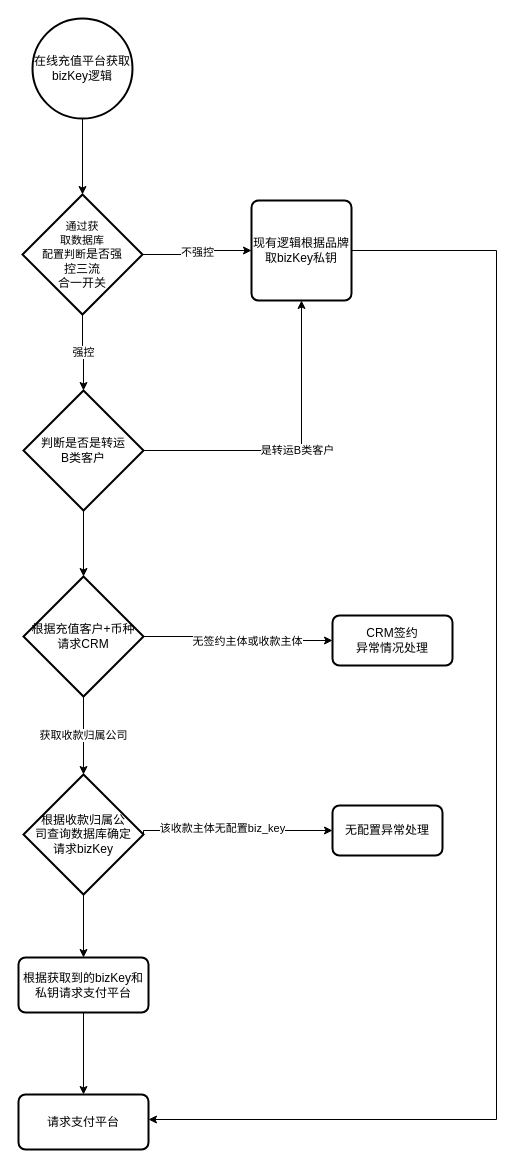
The draw.io diagram Untitled Diagram.drawio in juanjuan-dev/diagrams, before the edit. Source tidied: cells renumbered, new cells numbered last; positions are measured from the earlier drawing's top-left corner, leaving out a move shared by most shapes. Both pictures are drawn from the tidied source at 100%, with x=0, y=0 at pixel (18, 18).
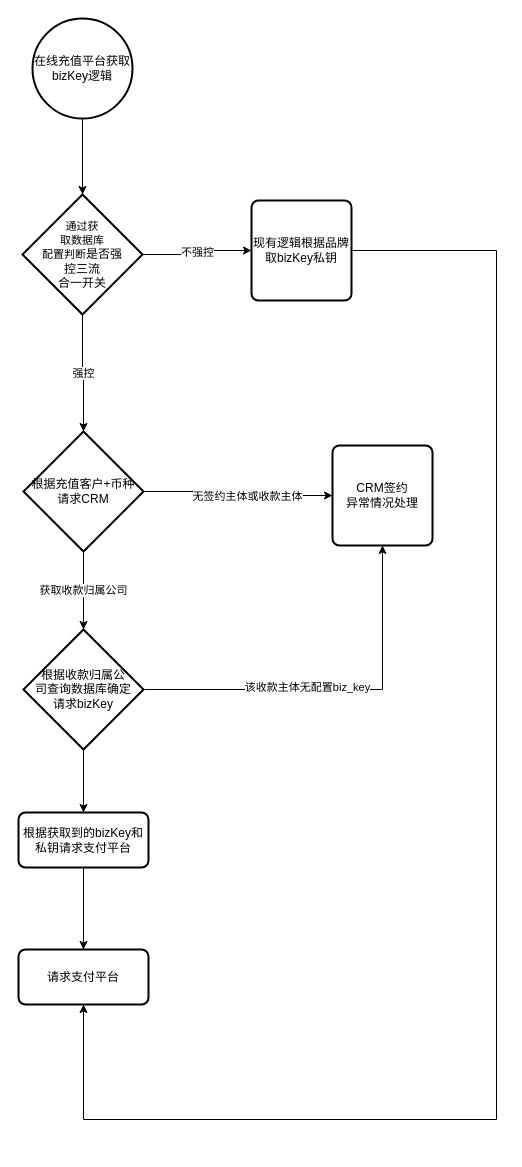
The same diagram, later.

Unchanged cells that the change refers to:
```xml
<mxCell id="5" value="&lt;span style=&quot;font-size: 11px&quot;&gt;通过获&lt;br&gt;取数据库&lt;br&gt;配置判断&lt;/span&gt;是否强&lt;br&gt;控三流&lt;br&gt;合一开关" style="strokeWidth=2;html=1;shape=mxgraph.flowchart.decision;whiteSpace=wrap;" parent="1" vertex="1">
  <mxGeometry x="4" y="176" width="120" height="120" as="geometry" />
</mxCell>
<mxCell id="7" value="现有逻辑根据品牌&lt;br&gt;取bizKey私钥" style="rounded=1;whiteSpace=wrap;html=1;absoluteArcSize=1;arcSize=14;strokeWidth=2;" parent="1" vertex="1">
  <mxGeometry x="233" y="182" width="100" height="100" as="geometry" />
</mxCell>
```

Diff of the diagram source:
```diff
@@
-    <mxCell id="3" value="强控" style="edgeStyle=orthogonalEdgeStyle;rounded=0;jettySize=auto;html=1;exitX=0.5;exitY=1;exitDx=0;exitDy=0;exitPerimeter=0;" parent="1" edge="1" source="5" target="10">
+    <mxCell id="3" value="强控" style="edgeStyle=orthogonalEdgeStyle;rounded=0;jettySize=auto;html=1;exitX=0.5;exitY=1;exitDx=0;exitDy=0;exitPerimeter=0;entryX=0.5;entryY=0;entryDx=0;entryDy=0;entryPerimeter=0;" parent="1" edge="1" source="5" target="14">
       <mxGeometry relative="1" as="geometry" />
     </mxCell>
@@
-    <mxCell id="8" style="edgeStyle=orthogonalEdgeStyle;rounded=0;jettySize=auto;html=1;exitX=0.5;exitY=1;exitDx=0;exitDy=0;exitPerimeter=0;entryX=0.5;entryY=0;entryDx=0;entryDy=0;entryPerimeter=0;" parent="1" edge="1" source="10" target="14">
-      <mxGeometry relative="1" as="geometry" />
-    </mxCell>
-    <mxCell id="9" value="是转运B类客户" style="edgeStyle=orthogonalEdgeStyle;rounded=0;jettySize=auto;html=1;exitX=1;exitY=0.5;exitDx=0;exitDy=0;exitPerimeter=0;" parent="1" edge="1" source="10" target="7">
-      <mxGeometry relative="1" as="geometry" />
-    </mxCell>
-    <mxCell id="10" value="判断是否是转运&lt;br&gt;B类客户" style="strokeWidth=2;html=1;shape=mxgraph.flowchart.decision;whiteSpace=wrap;" parent="1" vertex="1">
-      <mxGeometry x="5" y="372" width="120" height="120" as="geometry" />
-    </mxCell>
@@
     <mxCell id="14" value="根据充值客户+币种&lt;br&gt;请求CRM" style="strokeWidth=2;html=1;shape=mxgraph.flowchart.decision;whiteSpace=wrap;" parent="1" vertex="1">
-      <mxGeometry x="5" y="558" width="120" height="120" as="geometry" />
+      <mxGeometry x="5" y="413" width="120" height="120" as="geometry" />
     </mxCell>
     <mxCell id="15" value="CRM签约&lt;br&gt;异常情况处理" style="rounded=1;whiteSpace=wrap;html=1;absoluteArcSize=1;arcSize=14;strokeWidth=2;" parent="1" vertex="1">
-      <mxGeometry x="314" y="597" width="120" height="50" as="geometry" />
+      <mxGeometry x="314" y="427" width="100" height="100" as="geometry" />
     </mxCell>
-    <mxCell id="16" style="edgeStyle=orthogonalEdgeStyle;rounded=0;jettySize=auto;html=1;exitX=1;exitY=0.5;exitDx=0;exitDy=0;exitPerimeter=0;" parent="1" edge="1" source="19">
-      <mxGeometry relative="1" as="geometry">
-        <mxPoint x="314" y="812" as="targetPoint" />
-        <Array as="points">
-          <mxPoint x="224" y="812" />
-          <mxPoint x="224" y="812" />
-        </Array>
-      </mxGeometry>
+    <mxCell id="16" style="edgeStyle=orthogonalEdgeStyle;rounded=0;jettySize=auto;html=1;exitX=1;exitY=0.5;exitDx=0;exitDy=0;exitPerimeter=0;" parent="1" edge="1" source="19" target="15">
+      <mxGeometry relative="1" as="geometry" />
     </mxCell>
@@
     <mxCell id="19" value="根据收款归属公&lt;br&gt;司查询数据库确定&lt;br&gt;请求bizKey" style="strokeWidth=2;html=1;shape=mxgraph.flowchart.decision;whiteSpace=wrap;" parent="1" vertex="1">
-      <mxGeometry x="5" y="756" width="120" height="120" as="geometry" />
+      <mxGeometry x="5" y="611" width="120" height="120" as="geometry" />
     </mxCell>
@@
     <mxCell id="21" value="根据获取到的bizKey和私钥请求支付平台" style="rounded=1;whiteSpace=wrap;html=1;absoluteArcSize=1;arcSize=14;strokeWidth=2;" parent="1" vertex="1">
-      <mxGeometry y="939" width="130" height="55" as="geometry" />
+      <mxGeometry y="794" width="130" height="55" as="geometry" />
     </mxCell>
-    <mxCell id="22" value="无配置异常处理" style="rounded=1;whiteSpace=wrap;html=1;absoluteArcSize=1;arcSize=14;strokeWidth=2;" parent="1" vertex="1">
-      <mxGeometry x="314" y="787" width="110" height="50" as="geometry" />
-    </mxCell>
@@
     <mxCell id="24" value="请求支付平台" style="rounded=1;whiteSpace=wrap;html=1;absoluteArcSize=1;arcSize=14;strokeWidth=2;" parent="1" vertex="1">
-      <mxGeometry y="1076" width="130" height="55" as="geometry" />
+      <mxGeometry y="931" width="130" height="55" as="geometry" />
     </mxCell>
```
